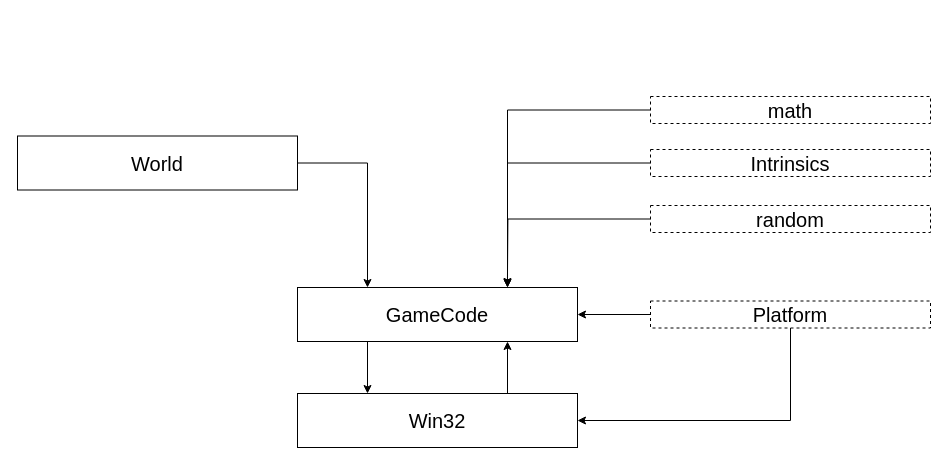
xiaodongYao/DrawIO keeps this draw.io diagram as page "Architecture" (2 of 4) of Handmadehero.drawio. Above is the earlier version. Source tidied: cells renumbered, new cells numbered last; positions are measured from the earlier drawing's top-left corner, leaving out a move shared by most shapes. Both pictures are drawn from the tidied source at 100%, with x=0, y=0 at pixel (17, 96).
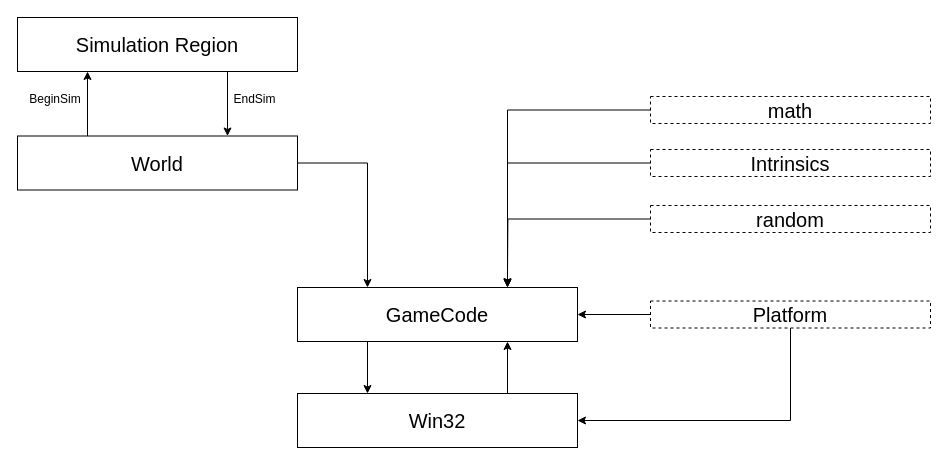
Above is the later version.

Unchanged cells that the change refers to:
```xml
<mxCell id="10" value="World" style="rounded=0;whiteSpace=wrap;html=1;fontSize=20;" parent="1" vertex="1">
  <mxGeometry y="39.5" width="280" height="54" as="geometry" />
</mxCell>
```

Change to the diagram source:
```diff
@@
+    <mxCell id="17" style="edgeStyle=orthogonalEdgeStyle;rounded=0;jettySize=auto;html=1;exitX=0.25;exitY=0;exitDx=0;exitDy=0;entryX=0.25;entryY=1;entryDx=0;entryDy=0;" parent="1" edge="1" source="10" target="19">
+      <mxGeometry relative="1" as="geometry" />
+    </mxCell>
@@
+    <mxCell id="18" style="edgeStyle=orthogonalEdgeStyle;rounded=0;jettySize=auto;html=1;exitX=0.75;exitY=1;exitDx=0;exitDy=0;entryX=0.75;entryY=0;entryDx=0;entryDy=0;" parent="1" edge="1" source="19" target="10">
+      <mxGeometry relative="1" as="geometry" />
+    </mxCell>
+    <mxCell id="19" value="Simulation Region" style="rounded=0;whiteSpace=wrap;html=1;fontSize=20;" parent="1" vertex="1">
+      <mxGeometry y="-79" width="280" height="54" as="geometry" />
+    </mxCell>
+    <mxCell id="20" value="BeginSim" style="text;html=1;whiteSpace=wrap;strokeColor=none;fillColor=none;align=center;verticalAlign=middle;rounded=0;" parent="1" vertex="1">
+      <mxGeometry x="8" y="-8" width="60" height="21.5" as="geometry" />
+    </mxCell>
+    <mxCell id="21" value="EndSim" style="text;html=1;whiteSpace=wrap;strokeColor=none;fillColor=none;align=center;verticalAlign=middle;rounded=0;" parent="1" vertex="1">
+      <mxGeometry x="215" y="-8" width="45" height="21.5" as="geometry" />
+    </mxCell>
```
